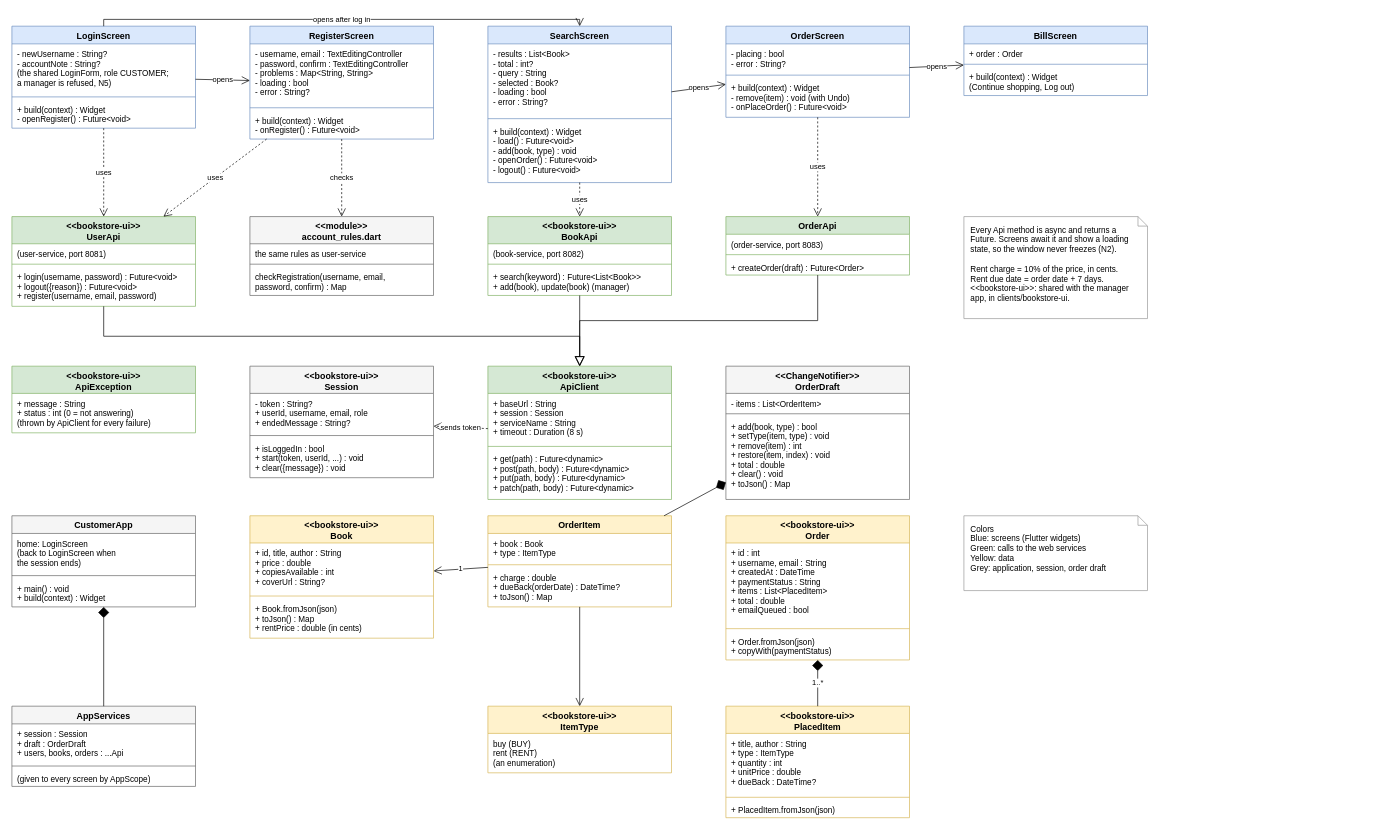
The draw.io diagram docs/02-design/diagrams/class-customer-app.drawio in KFUPMer/csce310-bookstore, before the edit. Source tidied: cells renumbered, new cells numbered last; positions are measured from the earlier drawing's top-left corner, leaving out a move shared by most shapes. Both pictures are drawn from the tidied source at 68%, with x=0, y=0 at pixel (12, 26).
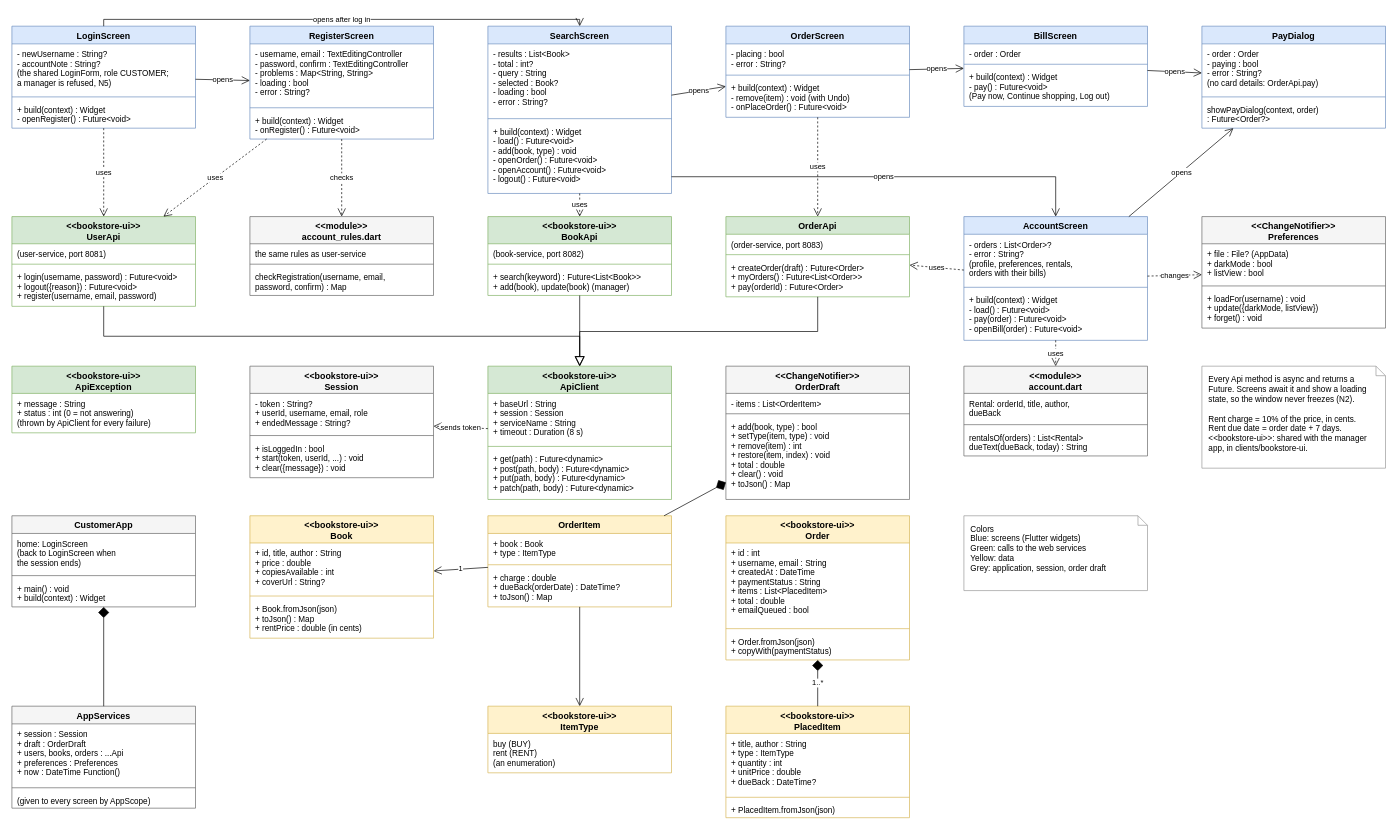
The same page after the edit.

Diff of the diagram source:
```diff
@@
     <mxCell id="10" value="SearchScreen" style="swimlane;fontStyle=1;align=center;verticalAlign=top;horizontal=1;startSize=26;fillColor=#dae8fc;strokeColor=#6c8ebf;fontSize=13;" parent="1" vertex="1">
-      <mxGeometry x="700" width="270" height="230" as="geometry" />
+      <mxGeometry x="700" width="270" height="246" as="geometry" />
     </mxCell>
@@
-    <mxCell id="13" value="+ build(context) : Widget&#10;- load() : Future&lt;void&gt;&#10;- add(book, type) : void&#10;- openOrder() : Future&lt;void&gt;&#10;- logout() : Future&lt;void&gt;" style="text;strokeColor=none;fillColor=none;align=left;verticalAlign=top;spacingLeft=6;spacingRight=4;spacingTop=2;overflow=hidden;fontSize=12;" parent="10" vertex="1">
-      <mxGeometry y="140" width="270" height="90" as="geometry" />
+    <mxCell id="13" value="+ build(context) : Widget&#10;- load() : Future&lt;void&gt;&#10;- add(book, type) : void&#10;- openOrder() : Future&lt;void&gt;&#10;- openAccount() : Future&lt;void&gt;&#10;- logout() : Future&lt;void&gt;" style="text;strokeColor=none;fillColor=none;align=left;verticalAlign=top;spacingLeft=6;spacingRight=4;spacingTop=2;overflow=hidden;fontSize=12;" parent="10" vertex="1">
+      <mxGeometry y="140" width="270" height="106" as="geometry" />
     </mxCell>
@@
     <mxCell id="18" value="BillScreen" style="swimlane;fontStyle=1;align=center;verticalAlign=top;horizontal=1;startSize=26;fillColor=#dae8fc;strokeColor=#6c8ebf;fontSize=13;" parent="1" vertex="1">
-      <mxGeometry x="1400" width="270" height="102" as="geometry" />
+      <mxGeometry x="1400" width="270" height="118" as="geometry" />
     </mxCell>
-    <mxCell id="19" value="+ order : Order" style="text;strokeColor=none;fillColor=none;align=left;verticalAlign=top;spacingLeft=6;spacingRight=4;spacingTop=2;overflow=hidden;fontSize=12;" parent="18" vertex="1">
+    <mxCell id="19" value="- order : Order" style="text;strokeColor=none;fillColor=none;align=left;verticalAlign=top;spacingLeft=6;spacingRight=4;spacingTop=2;overflow=hidden;fontSize=12;" parent="18" vertex="1">
       <mxGeometry y="26" width="270" height="26" as="geometry" />
     </mxCell>
@@
-    <mxCell id="21" value="+ build(context) : Widget&#10;(Continue shopping, Log out)" style="text;strokeColor=none;fillColor=none;align=left;verticalAlign=top;spacingLeft=6;spacingRight=4;spacingTop=2;overflow=hidden;fontSize=12;" parent="18" vertex="1">
-      <mxGeometry y="60" width="270" height="42" as="geometry" />
+    <mxCell id="21" value="+ build(context) : Widget&#10;- pay() : Future&lt;void&gt;&#10;(Pay now, Continue shopping, Log out)" style="text;strokeColor=none;fillColor=none;align=left;verticalAlign=top;spacingLeft=6;spacingRight=4;spacingTop=2;overflow=hidden;fontSize=12;" parent="18" vertex="1">
+      <mxGeometry y="60" width="270" height="58" as="geometry" />
     </mxCell>
+    <mxCell id="98" value="PayDialog" style="swimlane;fontStyle=1;align=center;verticalAlign=top;horizontal=1;startSize=26;fillColor=#dae8fc;strokeColor=#6c8ebf;fontSize=13;" parent="1" vertex="1">
+      <mxGeometry x="1750" width="270" height="150" as="geometry" />
+    </mxCell>
+    <mxCell id="99" value="- order : Order&#10;- paying : bool&#10;- error : String?&#10;(no card details: OrderApi.pay)" style="text;strokeColor=none;fillColor=none;align=left;verticalAlign=top;spacingLeft=6;spacingRight=4;spacingTop=2;overflow=hidden;fontSize=12;" parent="98" vertex="1">
+      <mxGeometry y="26" width="270" height="74" as="geometry" />
+    </mxCell>
+    <mxCell id="100" style="line;strokeWidth=1;fillColor=none;align=left;verticalAlign=middle;spacingTop=-1;spacingLeft=3;spacingRight=3;labelPosition=right;strokeColor=inherit;" parent="98" vertex="1">
+      <mxGeometry y="100" width="270" height="8" as="geometry" />
+    </mxCell>
+    <mxCell id="101" value="showPayDialog(context, order)&#10;    : Future&lt;Order?&gt;" style="text;strokeColor=none;fillColor=none;align=left;verticalAlign=top;spacingLeft=6;spacingRight=4;spacingTop=2;overflow=hidden;fontSize=12;" parent="98" vertex="1">
+      <mxGeometry y="108" width="270" height="42" as="geometry" />
+    </mxCell>
+    <mxCell id="102" value="AccountScreen" style="swimlane;fontStyle=1;align=center;verticalAlign=top;horizontal=1;startSize=26;fillColor=#dae8fc;strokeColor=#6c8ebf;fontSize=13;" parent="1" vertex="1">
+      <mxGeometry x="1400" y="280" width="270" height="182" as="geometry" />
+    </mxCell>
+    <mxCell id="103" value="- orders : List&lt;Order&gt;?&#10;- error : String?&#10;(profile, preferences, rentals,&#10; orders with their bills)" style="text;strokeColor=none;fillColor=none;align=left;verticalAlign=top;spacingLeft=6;spacingRight=4;spacingTop=2;overflow=hidden;fontSize=12;" parent="102" vertex="1">
+      <mxGeometry y="26" width="270" height="74" as="geometry" />
+    </mxCell>
+    <mxCell id="104" style="line;strokeWidth=1;fillColor=none;align=left;verticalAlign=middle;spacingTop=-1;spacingLeft=3;spacingRight=3;labelPosition=right;strokeColor=inherit;" parent="102" vertex="1">
+      <mxGeometry y="100" width="270" height="8" as="geometry" />
+    </mxCell>
+    <mxCell id="105" value="+ build(context) : Widget&#10;- load() : Future&lt;void&gt;&#10;- pay(order) : Future&lt;void&gt;&#10;- openBill(order) : Future&lt;void&gt;" style="text;strokeColor=none;fillColor=none;align=left;verticalAlign=top;spacingLeft=6;spacingRight=4;spacingTop=2;overflow=hidden;fontSize=12;" parent="102" vertex="1">
+      <mxGeometry y="108" width="270" height="74" as="geometry" />
+    </mxCell>
+    <mxCell id="106" value="&lt;&lt;ChangeNotifier&gt;&gt;&#10;Preferences" style="swimlane;fontStyle=1;align=center;verticalAlign=top;horizontal=1;startSize=40;fillColor=#f5f5f5;strokeColor=#666666;fontSize=13;" parent="1" vertex="1">
+      <mxGeometry x="1750" y="280" width="270" height="164" as="geometry" />
+    </mxCell>
+    <mxCell id="107" value="+ file : File?  (AppData)&#10;+ darkMode : bool&#10;+ listView : bool" style="text;strokeColor=none;fillColor=none;align=left;verticalAlign=top;spacingLeft=6;spacingRight=4;spacingTop=2;overflow=hidden;fontSize=12;" parent="106" vertex="1">
+      <mxGeometry y="40" width="270" height="58" as="geometry" />
+    </mxCell>
+    <mxCell id="108" style="line;strokeWidth=1;fillColor=none;align=left;verticalAlign=middle;spacingTop=-1;spacingLeft=3;spacingRight=3;labelPosition=right;strokeColor=inherit;" parent="106" vertex="1">
+      <mxGeometry y="98" width="270" height="8" as="geometry" />
+    </mxCell>
+    <mxCell id="109" value="+ loadFor(username) : void&#10;+ update({darkMode, listView})&#10;+ forget() : void" style="text;strokeColor=none;fillColor=none;align=left;verticalAlign=top;spacingLeft=6;spacingRight=4;spacingTop=2;overflow=hidden;fontSize=12;" parent="106" vertex="1">
+      <mxGeometry y="106" width="270" height="58" as="geometry" />
+    </mxCell>
+    <mxCell id="110" value="&lt;&lt;module&gt;&gt;&#10;account.dart" style="swimlane;fontStyle=1;align=center;verticalAlign=top;horizontal=1;startSize=40;fillColor=#f5f5f5;strokeColor=#666666;fontSize=13;" parent="1" vertex="1">
+      <mxGeometry x="1400" y="500" width="270" height="132" as="geometry" />
+    </mxCell>
+    <mxCell id="111" value="Rental: orderId, title, author,&#10;    dueBack" style="text;strokeColor=none;fillColor=none;align=left;verticalAlign=top;spacingLeft=6;spacingRight=4;spacingTop=2;overflow=hidden;fontSize=12;" parent="110" vertex="1">
+      <mxGeometry y="40" width="270" height="42" as="geometry" />
+    </mxCell>
+    <mxCell id="112" style="line;strokeWidth=1;fillColor=none;align=left;verticalAlign=middle;spacingTop=-1;spacingLeft=3;spacingRight=3;labelPosition=right;strokeColor=inherit;" parent="110" vertex="1">
+      <mxGeometry y="82" width="270" height="8" as="geometry" />
+    </mxCell>
+    <mxCell id="113" value="rentalsOf(orders) : List&lt;Rental&gt;&#10;dueText(dueBack, today) : String" style="text;strokeColor=none;fillColor=none;align=left;verticalAlign=top;spacingLeft=6;spacingRight=4;spacingTop=2;overflow=hidden;fontSize=12;" parent="110" vertex="1">
+      <mxGeometry y="90" width="270" height="42" as="geometry" />
+    </mxCell>
@@
     <mxCell id="34" value="OrderApi" style="swimlane;fontStyle=1;align=center;verticalAlign=top;horizontal=1;startSize=26;fillColor=#d5e8d4;strokeColor=#82b366;fontSize=13;" parent="1" vertex="1">
-      <mxGeometry x="1050" y="280" width="270" height="86" as="geometry" />
+      <mxGeometry x="1050" y="280" width="270" height="118" as="geometry" />
     </mxCell>
@@
-    <mxCell id="37" value="+ createOrder(draft) : Future&lt;Order&gt;" style="text;strokeColor=none;fillColor=none;align=left;verticalAlign=top;spacingLeft=6;spacingRight=4;spacingTop=2;overflow=hidden;fontSize=12;" parent="34" vertex="1">
-      <mxGeometry y="60" width="270" height="26" as="geometry" />
+    <mxCell id="37" value="+ createOrder(draft) : Future&lt;Order&gt;&#10;+ myOrders() : Future&lt;List&lt;Order&gt;&gt;&#10;+ pay(orderId) : Future&lt;Order&gt;" style="text;strokeColor=none;fillColor=none;align=left;verticalAlign=top;spacingLeft=6;spacingRight=4;spacingTop=2;overflow=hidden;fontSize=12;" parent="34" vertex="1">
+      <mxGeometry y="60" width="270" height="58" as="geometry" />
     </mxCell>
@@
     <mxCell id="68" value="AppServices" style="swimlane;fontStyle=1;align=center;verticalAlign=top;horizontal=1;startSize=26;fillColor=#f5f5f5;strokeColor=#666666;fontSize=13;" parent="1" vertex="1">
-      <mxGeometry y="1000" width="270" height="118" as="geometry" />
+      <mxGeometry y="1000" width="270" height="150" as="geometry" />
     </mxCell>
-    <mxCell id="69" value="+ session : Session&#10;+ draft : OrderDraft&#10;+ users, books, orders : ...Api" style="text;strokeColor=none;fillColor=none;align=left;verticalAlign=top;spacingLeft=6;spacingRight=4;spacingTop=2;overflow=hidden;fontSize=12;" parent="68" vertex="1">
-      <mxGeometry y="26" width="270" height="58" as="geometry" />
+    <mxCell id="69" value="+ session : Session&#10;+ draft : OrderDraft&#10;+ users, books, orders : ...Api&#10;+ preferences : Preferences&#10;+ now : DateTime Function()" style="text;strokeColor=none;fillColor=none;align=left;verticalAlign=top;spacingLeft=6;spacingRight=4;spacingTop=2;overflow=hidden;fontSize=12;" parent="68" vertex="1">
+      <mxGeometry y="26" width="270" height="90" as="geometry" />
     </mxCell>
     <mxCell id="70" style="line;strokeWidth=1;fillColor=none;align=left;verticalAlign=middle;spacingTop=-1;spacingLeft=3;spacingRight=3;labelPosition=right;strokeColor=inherit;" parent="68" vertex="1">
-      <mxGeometry y="84" width="270" height="8" as="geometry" />
+      <mxGeometry y="116" width="270" height="8" as="geometry" />
     </mxCell>
     <mxCell id="71" value="(given to every screen by AppScope)" style="text;strokeColor=none;fillColor=none;align=left;verticalAlign=top;spacingLeft=6;spacingRight=4;spacingTop=2;overflow=hidden;fontSize=12;" parent="68" vertex="1">
-      <mxGeometry y="92" width="270" height="26" as="geometry" />
+      <mxGeometry y="124" width="270" height="26" as="geometry" />
     </mxCell>
@@
+    <mxCell id="114" value="opens" style="endArrow=open;endSize=10;html=1;rounded=0;fontSize=11;" parent="1" edge="1" source="18" target="98">
+      <mxGeometry relative="1" as="geometry" />
+    </mxCell>
+    <mxCell id="115" value="opens" style="endArrow=open;endSize=10;html=1;rounded=0;fontSize=11;" parent="1" edge="1" source="102" target="98">
+      <mxGeometry relative="1" as="geometry" />
+    </mxCell>
+    <mxCell id="116" value="opens" style="endArrow=open;endSize=10;html=1;rounded=0;fontSize=11;edgeStyle=orthogonalEdgeStyle;exitX=1;exitY=0.9;entryX=0.5;entryY=0;" parent="1" edge="1" source="10" target="102">
+      <mxGeometry relative="1" as="geometry" />
+    </mxCell>
+    <mxCell id="117" value="uses" style="endArrow=open;endSize=10;dashed=1;html=1;rounded=0;fontSize=11;" parent="1" edge="1" source="102" target="34">
+      <mxGeometry relative="1" as="geometry" />
+    </mxCell>
+    <mxCell id="118" value="changes" style="endArrow=open;endSize=10;dashed=1;html=1;rounded=0;fontSize=11;" parent="1" edge="1" source="102" target="106">
+      <mxGeometry relative="1" as="geometry" />
+    </mxCell>
+    <mxCell id="119" value="uses" style="endArrow=open;endSize=10;dashed=1;html=1;rounded=0;fontSize=11;" parent="1" edge="1" source="102" target="110">
+      <mxGeometry relative="1" as="geometry" />
+    </mxCell>
     <mxCell id="96" value="Every Api method is async and returns a&#10;Future. Screens await it and show a loading&#10;state, so the window never freezes (N2).&#10;&#10;Rent charge = 10% of the price, in cents.&#10;Rent due date = order date + 7 days.&#10;&lt;&lt;bookstore-ui&gt;&gt;: shared with the manager&#10;app, in clients/bookstore-ui." style="shape=note;size=14;whiteSpace=wrap;align=left;verticalAlign=top;spacingLeft=8;spacingTop=6;fillColor=#ffffff;strokeColor=#999999;fontSize=12;" parent="1" vertex="1">
-      <mxGeometry x="1400" y="280" width="270" height="150" as="geometry" />
+      <mxGeometry x="1750" y="500" width="270" height="150" as="geometry" />
     </mxCell>
```
